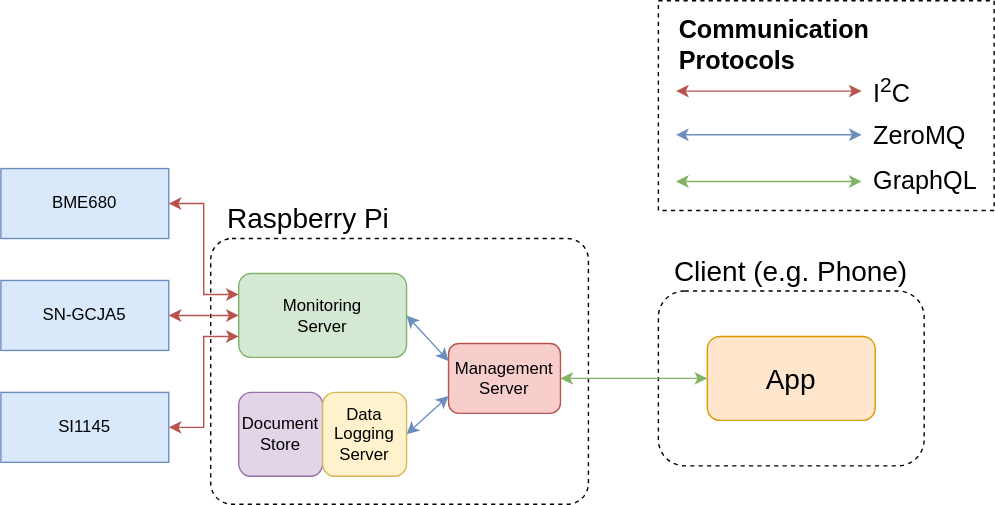
Above: images/block-diagram.svg in healthyhomeuk/healthyhome (draw.io), before the change. Source tidied: cells renumbered, new cells last; positions are measured from the earlier drawing's top-left corner, leaving out a move shared by most shapes. Source of this version:
```xml
<mxGraphModel>
  <root>
    <mxCell id="0" />
    <mxCell id="1" parent="0" />
    <mxCell id="2" style="rounded=1;whiteSpace=wrap;html=1;dashed=1;arcSize=8;" parent="1" vertex="1">
      <mxGeometry x="150" y="170" width="270" height="190" as="geometry" />
    </mxCell>
    <mxCell id="3" value="Monitoring&lt;br&gt;Server" style="rounded=1;whiteSpace=wrap;html=1;fillColor=#d5e8d4;strokeColor=#82b366;" parent="1" vertex="1">
      <mxGeometry x="170" y="195" width="120" height="60" as="geometry" />
    </mxCell>
    <mxCell id="4" style="edgeStyle=orthogonalEdgeStyle;rounded=0;jettySize=auto;html=1;exitX=1;exitY=0.5;exitDx=0;exitDy=0;entryX=0;entryY=0.25;entryDx=0;entryDy=0;startArrow=classic;startFill=1;fillColor=#f8cecc;strokeColor=#b85450;" parent="1" edge="1" source="5" target="3">
      <mxGeometry relative="1" as="geometry" />
    </mxCell>
    <mxCell id="5" value="BME680" style="rounded=0;whiteSpace=wrap;html=1;fillColor=#dae8fc;strokeColor=#6c8ebf;" parent="1" vertex="1">
      <mxGeometry y="120" width="120" height="50" as="geometry" />
    </mxCell>
    <mxCell id="6" style="edgeStyle=orthogonalEdgeStyle;rounded=0;jettySize=auto;html=1;exitX=1;exitY=0.5;exitDx=0;exitDy=0;entryX=0;entryY=0.5;entryDx=0;entryDy=0;startArrow=classic;startFill=1;fillColor=#f8cecc;strokeColor=#b85450;" parent="1" edge="1" source="7" target="3">
      <mxGeometry relative="1" as="geometry" />
    </mxCell>
    <mxCell id="7" value="SN-GCJA5" style="rounded=0;whiteSpace=wrap;html=1;fillColor=#dae8fc;strokeColor=#6c8ebf;" parent="1" vertex="1">
      <mxGeometry y="200" width="120" height="50" as="geometry" />
    </mxCell>
    <mxCell id="8" style="edgeStyle=orthogonalEdgeStyle;rounded=0;jettySize=auto;html=1;exitX=1;exitY=0.5;exitDx=0;exitDy=0;entryX=0;entryY=0.75;entryDx=0;entryDy=0;startArrow=classic;startFill=1;fillColor=#f8cecc;strokeColor=#b85450;" parent="1" edge="1" source="9" target="3">
      <mxGeometry relative="1" as="geometry" />
    </mxCell>
    <mxCell id="9" value="SI1145" style="rounded=0;whiteSpace=wrap;html=1;fillColor=#dae8fc;strokeColor=#6c8ebf;" parent="1" vertex="1">
      <mxGeometry y="280" width="120" height="50" as="geometry" />
    </mxCell>
    <mxCell id="10" value="&lt;font style=&quot;font-size: 20px&quot;&gt;Raspberry Pi&lt;/font&gt;" style="text;html=1;strokeColor=none;fillColor=none;align=center;verticalAlign=middle;whiteSpace=wrap;rounded=0;" parent="1" vertex="1">
      <mxGeometry x="160" y="140" width="120" height="30" as="geometry" />
    </mxCell>
    <mxCell id="11" value="Document&lt;br&gt;Store" style="rounded=1;whiteSpace=wrap;html=1;fillColor=#e1d5e7;strokeColor=#9673a6;" parent="1" vertex="1">
      <mxGeometry x="170" y="280" width="60" height="60" as="geometry" />
    </mxCell>
    <mxCell id="12" value="Data Logging Server" style="rounded=1;whiteSpace=wrap;html=1;fillColor=#fff2cc;strokeColor=#d6b656;" parent="1" vertex="1">
      <mxGeometry x="230" y="280" width="60" height="60" as="geometry" />
    </mxCell>
    <mxCell id="13" style="rounded=1;whiteSpace=wrap;html=1;dashed=1;" parent="1" vertex="1">
      <mxGeometry x="470" y="207.5" width="190" height="125" as="geometry" />
    </mxCell>
    <mxCell id="14" value="&lt;font style=&quot;font-size: 20px&quot;&gt;Client (e.g. Phone)&lt;/font&gt;" style="text;html=1;strokeColor=none;fillColor=none;align=center;verticalAlign=middle;whiteSpace=wrap;rounded=0;" parent="1" vertex="1">
      <mxGeometry x="480" y="177.5" width="170" height="30" as="geometry" />
    </mxCell>
    <mxCell id="15" value="App" style="rounded=1;whiteSpace=wrap;html=1;fillColor=#ffe6cc;strokeColor=#d79b00;fontSize=20;" parent="1" vertex="1">
      <mxGeometry x="505" y="240" width="120" height="60" as="geometry" />
    </mxCell>
    <mxCell id="16" style="edgeStyle=orthogonalEdgeStyle;rounded=0;jettySize=auto;html=1;exitX=1;exitY=0.5;exitDx=0;exitDy=0;entryX=0;entryY=0.5;entryDx=0;entryDy=0;startArrow=classic;startFill=1;fontSize=20;fillColor=#d5e8d4;strokeColor=#82b366;" parent="1" edge="1" target="15">
      <mxGeometry relative="1" as="geometry">
        <mxPoint x="400" y="270" as="sourcePoint" />
      </mxGeometry>
    </mxCell>
    <mxCell id="17" style="group;" parent="1" vertex="1">
      <mxGeometry x="470" width="240" height="150" as="geometry" />
    </mxCell>
    <mxCell id="18" style="rounded=0;whiteSpace=wrap;html=1;dashed=1;fontSize=18;align=left;" parent="17" vertex="1">
      <mxGeometry width="240" height="150" as="geometry" />
    </mxCell>
    <mxCell id="19" style="edgeStyle=orthogonalEdgeStyle;rounded=0;orthogonalLoop=1;jettySize=auto;html=1;exitX=1;exitY=0.5;exitDx=0;exitDy=0;entryX=0;entryY=0.5;entryDx=0;entryDy=0;startArrow=classic;startFill=1;fontSize=20;fillColor=#dae8fc;strokeColor=#6c8ebf;" parent="17" edge="1">
      <mxGeometry relative="1" as="geometry">
        <mxPoint x="12.6" y="95.8" as="sourcePoint" />
        <mxPoint x="145.3" y="95.8" as="targetPoint" />
      </mxGeometry>
    </mxCell>
    <mxCell id="20" style="edgeStyle=orthogonalEdgeStyle;rounded=0;orthogonalLoop=1;jettySize=auto;html=1;exitX=1;exitY=0.5;exitDx=0;exitDy=0;entryX=0;entryY=0.5;entryDx=0;entryDy=0;startArrow=classic;startFill=1;fontSize=20;fillColor=#f8cecc;strokeColor=#b85450;" parent="17" edge="1">
      <mxGeometry relative="1" as="geometry">
        <mxPoint x="12.6" y="64.6" as="sourcePoint" />
        <mxPoint x="145.3" y="64.6" as="targetPoint" />
      </mxGeometry>
    </mxCell>
    <mxCell id="21" value="I&lt;sup&gt;2&lt;/sup&gt;C" style="text;html=1;strokeColor=none;fillColor=none;align=left;verticalAlign=middle;whiteSpace=wrap;rounded=0;dashed=1;fontSize=18;" parent="17" vertex="1">
      <mxGeometry x="151.6" y="53.8" width="63.2" height="21.5" as="geometry" />
    </mxCell>
    <mxCell id="22" value="ZeroMQ" style="text;html=1;strokeColor=none;fillColor=none;align=left;verticalAlign=middle;whiteSpace=wrap;rounded=0;dashed=1;fontSize=18;" parent="17" vertex="1">
      <mxGeometry x="151.6" y="86.2" width="63.2" height="21.5" as="geometry" />
    </mxCell>
    <mxCell id="23" value="Communication Protocols" style="text;html=1;strokeColor=none;fillColor=none;align=left;verticalAlign=middle;whiteSpace=wrap;rounded=0;dashed=1;fontSize=18;fontStyle=1;" parent="17" vertex="1">
      <mxGeometry x="12.6" y="21.5" width="189.5" height="21.5" as="geometry" />
    </mxCell>
    <mxCell id="24" style="edgeStyle=orthogonalEdgeStyle;rounded=0;orthogonalLoop=1;jettySize=auto;html=1;exitX=1;exitY=0.5;exitDx=0;exitDy=0;entryX=0;entryY=0.5;entryDx=0;entryDy=0;startArrow=classic;startFill=1;fontSize=20;fillColor=#d5e8d4;strokeColor=#82b366;" parent="17" edge="1">
      <mxGeometry relative="1" as="geometry">
        <mxPoint x="12.6" y="129.2" as="sourcePoint" />
        <mxPoint x="145.3" y="129.2" as="targetPoint" />
      </mxGeometry>
    </mxCell>
    <mxCell id="25" value="GraphQL" style="text;html=1;strokeColor=none;fillColor=none;align=left;verticalAlign=middle;whiteSpace=wrap;rounded=0;dashed=1;fontSize=18;" parent="17" vertex="1">
      <mxGeometry x="151.6" y="118.5" width="63.2" height="21.5" as="geometry" />
    </mxCell>
    <mxCell id="26" value="Management Server" style="rounded=1;whiteSpace=wrap;html=1;fillColor=#f8cecc;strokeColor=#b85450;" parent="1" vertex="1">
      <mxGeometry x="320" y="245" width="80" height="50" as="geometry" />
    </mxCell>
    <mxCell id="27" style="endArrow=classic;startArrow=classic;html=1;exitX=0;exitY=0.25;exitDx=0;exitDy=0;entryX=1;entryY=0.5;entryDx=0;entryDy=0;fillColor=#dae8fc;strokeColor=#6c8ebf;" parent="1" edge="1" source="26" target="3">
      <mxGeometry relative="1" as="geometry" />
    </mxCell>
    <mxCell id="28" style="endArrow=classic;startArrow=classic;html=1;exitX=0;exitY=0.75;exitDx=0;exitDy=0;entryX=1;entryY=0.5;entryDx=0;entryDy=0;fillColor=#dae8fc;strokeColor=#6c8ebf;" parent="1" edge="1" source="26" target="12">
      <mxGeometry relative="1" as="geometry" />
    </mxCell>
  </root>
</mxGraphModel>
```
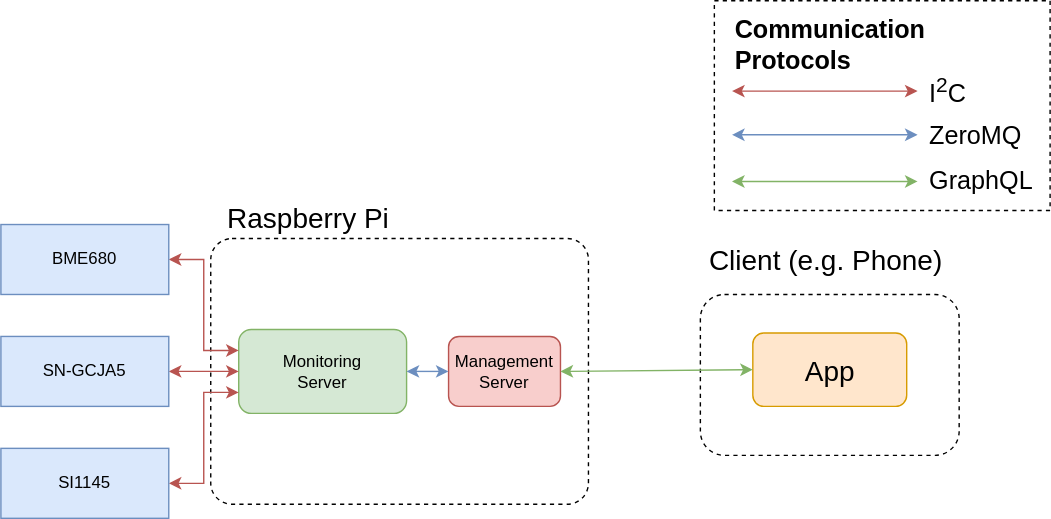
Above is the later version.

Change to the diagram source:
```diff
@@ -3,54 +3,43 @@
     <mxCell id="0" />
     <mxCell id="1" parent="0" />
     <mxCell id="2" style="rounded=1;whiteSpace=wrap;html=1;dashed=1;arcSize=8;" parent="1" vertex="1">
-      <mxGeometry x="150" y="170" width="270" height="190" as="geometry" />
+      <mxGeometry x="150" y="230" width="270" height="190" as="geometry" />
     </mxCell>
     <mxCell id="3" value="Monitoring&lt;br&gt;Server" style="rounded=1;whiteSpace=wrap;html=1;fillColor=#d5e8d4;strokeColor=#82b366;" parent="1" vertex="1">
-      <mxGeometry x="170" y="195" width="120" height="60" as="geometry" />
+      <mxGeometry x="170" y="295" width="120" height="60" as="geometry" />
     </mxCell>
     <mxCell id="4" style="edgeStyle=orthogonalEdgeStyle;rounded=0;jettySize=auto;html=1;exitX=1;exitY=0.5;exitDx=0;exitDy=0;entryX=0;entryY=0.25;entryDx=0;entryDy=0;startArrow=classic;startFill=1;fillColor=#f8cecc;strokeColor=#b85450;" parent="1" edge="1" source="5" target="3">
       <mxGeometry relative="1" as="geometry" />
     </mxCell>
     <mxCell id="5" value="BME680" style="rounded=0;whiteSpace=wrap;html=1;fillColor=#dae8fc;strokeColor=#6c8ebf;" parent="1" vertex="1">
-      <mxGeometry y="120" width="120" height="50" as="geometry" />
+      <mxGeometry y="220" width="120" height="50" as="geometry" />
     </mxCell>
     <mxCell id="6" style="edgeStyle=orthogonalEdgeStyle;rounded=0;jettySize=auto;html=1;exitX=1;exitY=0.5;exitDx=0;exitDy=0;entryX=0;entryY=0.5;entryDx=0;entryDy=0;startArrow=classic;startFill=1;fillColor=#f8cecc;strokeColor=#b85450;" parent="1" edge="1" source="7" target="3">
       <mxGeometry relative="1" as="geometry" />
     </mxCell>
     <mxCell id="7" value="SN-GCJA5" style="rounded=0;whiteSpace=wrap;html=1;fillColor=#dae8fc;strokeColor=#6c8ebf;" parent="1" vertex="1">
-      <mxGeometry y="200" width="120" height="50" as="geometry" />
+      <mxGeometry y="300" width="120" height="50" as="geometry" />
     </mxCell>
     <mxCell id="8" style="edgeStyle=orthogonalEdgeStyle;rounded=0;jettySize=auto;html=1;exitX=1;exitY=0.5;exitDx=0;exitDy=0;entryX=0;entryY=0.75;entryDx=0;entryDy=0;startArrow=classic;startFill=1;fillColor=#f8cecc;strokeColor=#b85450;" parent="1" edge="1" source="9" target="3">
       <mxGeometry relative="1" as="geometry" />
     </mxCell>
     <mxCell id="9" value="SI1145" style="rounded=0;whiteSpace=wrap;html=1;fillColor=#dae8fc;strokeColor=#6c8ebf;" parent="1" vertex="1">
-      <mxGeometry y="280" width="120" height="50" as="geometry" />
+      <mxGeometry y="380" width="120" height="50" as="geometry" />
     </mxCell>
     <mxCell id="10" value="&lt;font style=&quot;font-size: 20px&quot;&gt;Raspberry Pi&lt;/font&gt;" style="text;html=1;strokeColor=none;fillColor=none;align=center;verticalAlign=middle;whiteSpace=wrap;rounded=0;" parent="1" vertex="1">
-      <mxGeometry x="160" y="140" width="120" height="30" as="geometry" />
+      <mxGeometry x="160" y="200" width="120" height="30" as="geometry" />
     </mxCell>
-    <mxCell id="11" value="Document&lt;br&gt;Store" style="rounded=1;whiteSpace=wrap;html=1;fillColor=#e1d5e7;strokeColor=#9673a6;" parent="1" vertex="1">
-      <mxGeometry x="170" y="280" width="60" height="60" as="geometry" />
-    </mxCell>
-    <mxCell id="12" value="Data Logging Server" style="rounded=1;whiteSpace=wrap;html=1;fillColor=#fff2cc;strokeColor=#d6b656;" parent="1" vertex="1">
-      <mxGeometry x="230" y="280" width="60" height="60" as="geometry" />
-    </mxCell>
     <mxCell id="13" style="rounded=1;whiteSpace=wrap;html=1;dashed=1;" parent="1" vertex="1">
-      <mxGeometry x="470" y="207.5" width="190" height="125" as="geometry" />
+      <mxGeometry x="500" y="270" width="185" height="115" as="geometry" />
     </mxCell>
     <mxCell id="14" value="&lt;font style=&quot;font-size: 20px&quot;&gt;Client (e.g. Phone)&lt;/font&gt;" style="text;html=1;strokeColor=none;fillColor=none;align=center;verticalAlign=middle;whiteSpace=wrap;rounded=0;" parent="1" vertex="1">
-      <mxGeometry x="480" y="177.5" width="170" height="30" as="geometry" />
+      <mxGeometry x="505" y="230" width="170" height="30" as="geometry" />
     </mxCell>
     <mxCell id="15" value="App" style="rounded=1;whiteSpace=wrap;html=1;fillColor=#ffe6cc;strokeColor=#d79b00;fontSize=20;" parent="1" vertex="1">
-      <mxGeometry x="505" y="240" width="120" height="60" as="geometry" />
+      <mxGeometry x="537.5" y="297.5" width="110" height="52.5" as="geometry" />
     </mxCell>
-    <mxCell id="16" style="edgeStyle=orthogonalEdgeStyle;rounded=0;jettySize=auto;html=1;exitX=1;exitY=0.5;exitDx=0;exitDy=0;entryX=0;entryY=0.5;entryDx=0;entryDy=0;startArrow=classic;startFill=1;fontSize=20;fillColor=#d5e8d4;strokeColor=#82b366;" parent="1" edge="1" target="15">
-      <mxGeometry relative="1" as="geometry">
-        <mxPoint x="400" y="270" as="sourcePoint" />
-      </mxGeometry>
-    </mxCell>
     <mxCell id="17" style="group;" parent="1" vertex="1">
-      <mxGeometry x="470" width="240" height="150" as="geometry" />
+      <mxGeometry x="510" y="60" width="240" height="150" as="geometry" />
     </mxCell>
     <mxCell id="18" style="rounded=0;whiteSpace=wrap;html=1;dashed=1;fontSize=18;align=left;" parent="17" vertex="1">
       <mxGeometry width="240" height="150" as="geometry" />
@@ -86,13 +75,15 @@
       <mxGeometry x="151.6" y="118.5" width="63.2" height="21.5" as="geometry" />
     </mxCell>
     <mxCell id="26" value="Management Server" style="rounded=1;whiteSpace=wrap;html=1;fillColor=#f8cecc;strokeColor=#b85450;" parent="1" vertex="1">
-      <mxGeometry x="320" y="245" width="80" height="50" as="geometry" />
+      <mxGeometry x="320" y="300" width="80" height="50" as="geometry" />
     </mxCell>
-    <mxCell id="27" style="endArrow=classic;startArrow=classic;html=1;exitX=0;exitY=0.25;exitDx=0;exitDy=0;entryX=1;entryY=0.5;entryDx=0;entryDy=0;fillColor=#dae8fc;strokeColor=#6c8ebf;" parent="1" edge="1" source="26" target="3">
-      <mxGeometry relative="1" as="geometry" />
+    <mxCell id="27" style="endArrow=classic;startArrow=classic;html=1;entryX=1;entryY=0.5;entryDx=0;entryDy=0;fillColor=#dae8fc;strokeColor=#6c8ebf;" parent="1" edge="1" target="3">
+      <mxGeometry relative="1" as="geometry">
+        <mxPoint x="320" y="325" as="sourcePoint" />
+      </mxGeometry>
     </mxCell>
-    <mxCell id="28" style="endArrow=classic;startArrow=classic;html=1;exitX=0;exitY=0.75;exitDx=0;exitDy=0;entryX=1;entryY=0.5;entryDx=0;entryDy=0;fillColor=#dae8fc;strokeColor=#6c8ebf;" parent="1" edge="1" source="26" target="12">
-      <mxGeometry relative="1" as="geometry" />
-    </mxCell>
+    <mxCell id="29" style="endArrow=classic;startArrow=classic;html=1;exitX=1;exitY=0.5;exitDx=0;exitDy=0;fillColor=#d5e8d4;strokeColor=#82b366;entryX=0;entryY=0.5;entryDx=0;entryDy=0;" parent="1" edge="1" source="26" target="15">
+      <mxGeometry relative="1" as="geometry" />
+    </mxCell>
   </root>
 </mxGraphModel>
```
